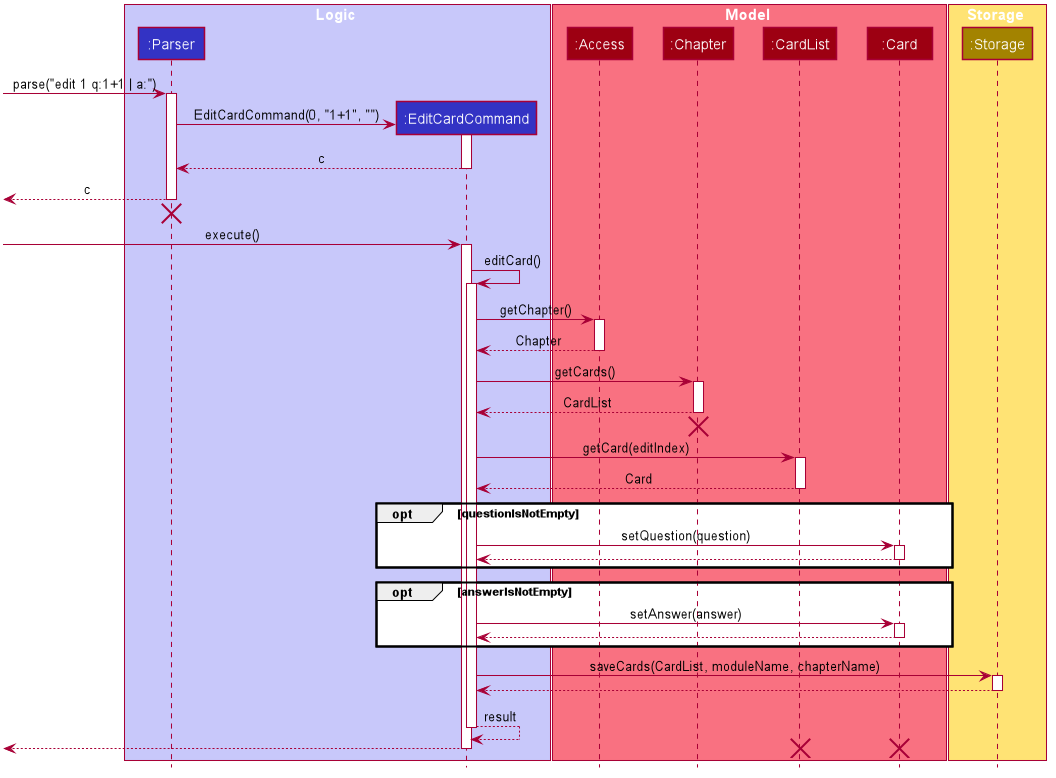
Above: docs/DG_Images/EditCardSequenceDiagram.png in nus-cs2113-AY2021S1/tp (PlantUML), before the change.
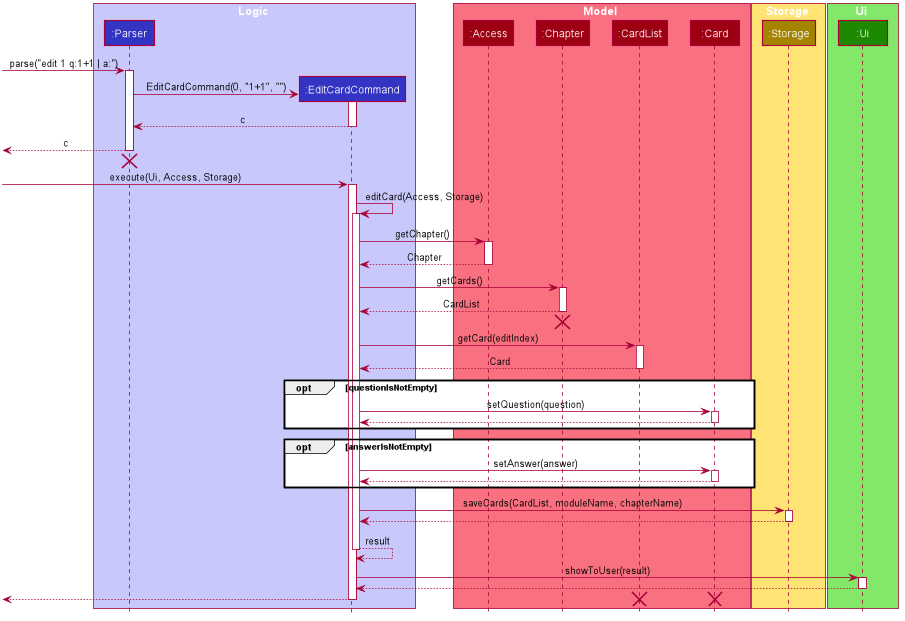
After the commit.

The edit, as a diff of the source:
```diff
@@ -64,6 +64,10 @@
 participant ":Storage" as Storage #A38300
 end box
 
+box Ui #83E769
+participant ":Ui" as Ui #1D8900
+end box
+
 [-> Parser : parse("edit 1 q:1+1 | a:")
 activate Parser
 
@@ -79,10 +83,10 @@
 [<-[hidden]- Parser
 destroy Parser
 
-[-> EditCardCommand : execute()
+[-> EditCardCommand : execute(Ui, Access, Storage)
 activate EditCardCommand
 
-EditCardCommand -> EditCardCommand : editCard()
+EditCardCommand -> EditCardCommand : editCard(Access, Storage)
 activate EditCardCommand
 
 EditCardCommand -> Access : getChapter()
@@ -130,6 +134,12 @@
 EditCardCommand --> EditCardCommand : result
 deactivate EditCardCommand
 
+EditCardCommand -> Ui : showToUser(result)
+activate Ui
+
+Ui --> EditCardCommand
+deactivate Ui
+
 [<-- EditCardCommand
 deactivate EditCardCommand
 
```
